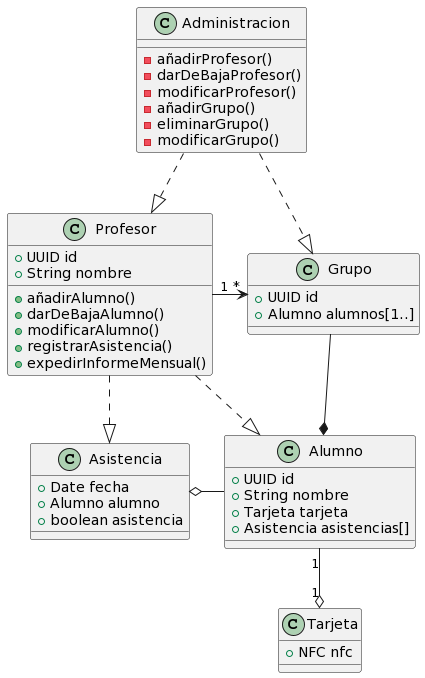
Above: Diagramas_de_Clases/Diagrama_de_Clases.png in AngelGabriel02/Proyecto-Sistemas (PlantUML), before the change.
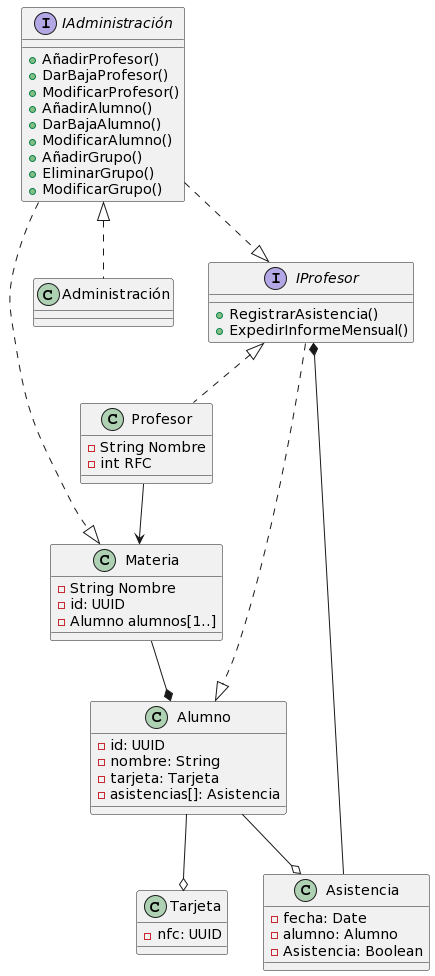
After the commit.

Commit message:
FCA-SA: Se actualiza el diagrama de clases

Diff of the diagram source:
```diff
@@ -1,64 +1,58 @@
 @startuml
-class Administracion {
-
-    -añadirProfesor()
-    -darDeBajaProfesor()
-    -modificarProfesor()
-    -añadirGrupo()
-    -eliminarGrupo()
-    -modificarGrupo()
-
+interface IAdministración {
+  +AñadirProfesor()
+  +DarBajaProfesor()
+  +ModificarProfesor()
+  +AñadirAlumno()
+  +DarBajaAlumno()
+  +ModificarAlumno()
+  +AñadirGrupo()
+  +EliminarGrupo()
+  +ModificarGrupo()
 }
 
-class Profesor {
+interface IProfesor {
+  +RegistrarAsistencia()
+  +ExpedirInformeMensual()
+}
 
-    +UUID id
-    +String nombre
+class Administración implements IAdministración {
+}
 
-    +añadirAlumno()
-    +darDeBajaAlumno()
-    +modificarAlumno()
-    +registrarAsistencia()
-    +expedirInformeMensual()
+class Profesor implements IProfesor {
+  - String Nombre
+  - int RFC
+}
 
+class Materia {
+  -String Nombre
+  -id: UUID
+  -Alumno alumnos[1..]
+}
+
+class Asistencia {
+  -fecha: Date
+  -alumno: Alumno
+  -Asistencia: Boolean
+}
+
+class Alumno {
+  -id: UUID
+  -nombre: String
+  -tarjeta: Tarjeta
+  -asistencias[]: Asistencia
 }
 
 class Tarjeta {
-
-    +NFC nfc
-
+  -nfc: UUID
 }
 
-class Alumno {
-
-    +UUID id
-    +String nombre
-    +Tarjeta tarjeta
-    +Asistencia asistencias[]
-
-}
-
-class Grupo {
-
-    +UUID id
-    +Alumno alumnos[1..]
-
-}
-
-class Asistencia {
-
-    +Date fecha
-    +Alumno alumno
-    +boolean asistencia
-
-}
-
-Grupo --* Alumno
-Alumno "1"--o "1" Tarjeta
-Profesor "1"-right->"*" Grupo
-Administracion ..|> Profesor
-Administracion ..|> Grupo
-Profesor ..|> Alumno
-Profesor ..|> Asistencia
-Alumno -left-o Asistencia
+IProfesor *-- Asistencia
+IAdministración ..|> IProfesor
+IAdministración ..|> Materia
+IProfesor ..|> Alumno
+Materia --* Alumno
+Alumno --o Asistencia
+Alumno --o Tarjeta
+Profesor --> Materia
 @enduml
```
